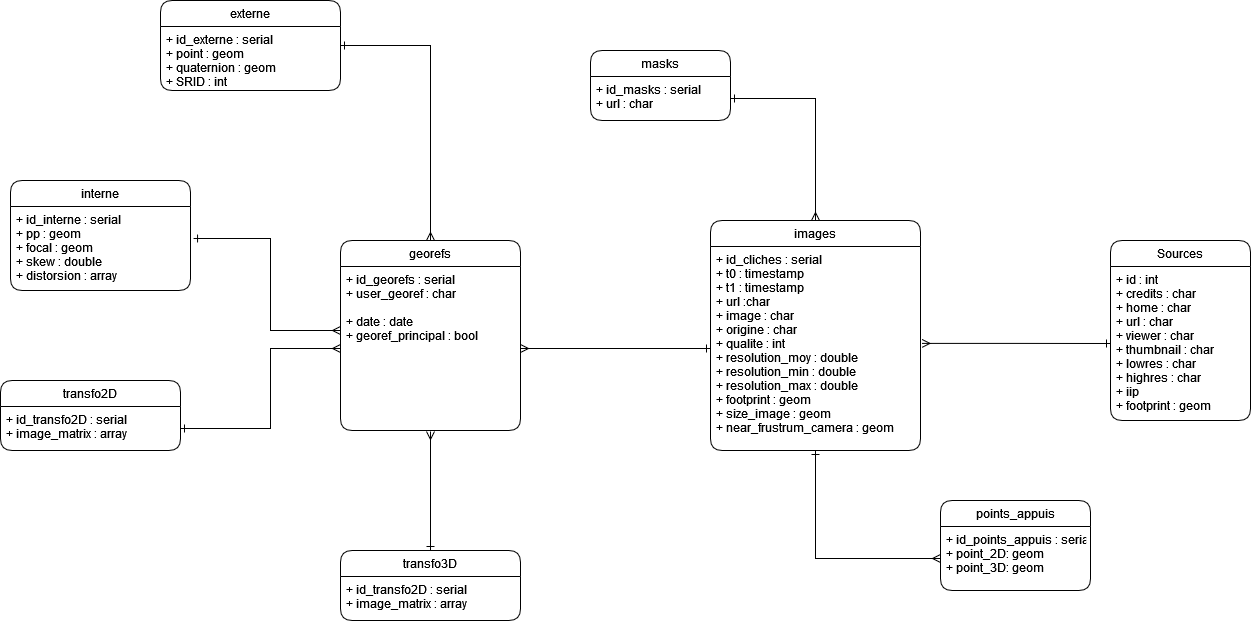
Earlier version of the draw.io export BDD/diagrams/ModeleConceptuelAvance.png (ThomasDBM/AlegoriaDocker). Source tidied: cells renumbered, new cells last; positions are measured from the earlier drawing's top-left corner, leaving out a move shared by most shapes.
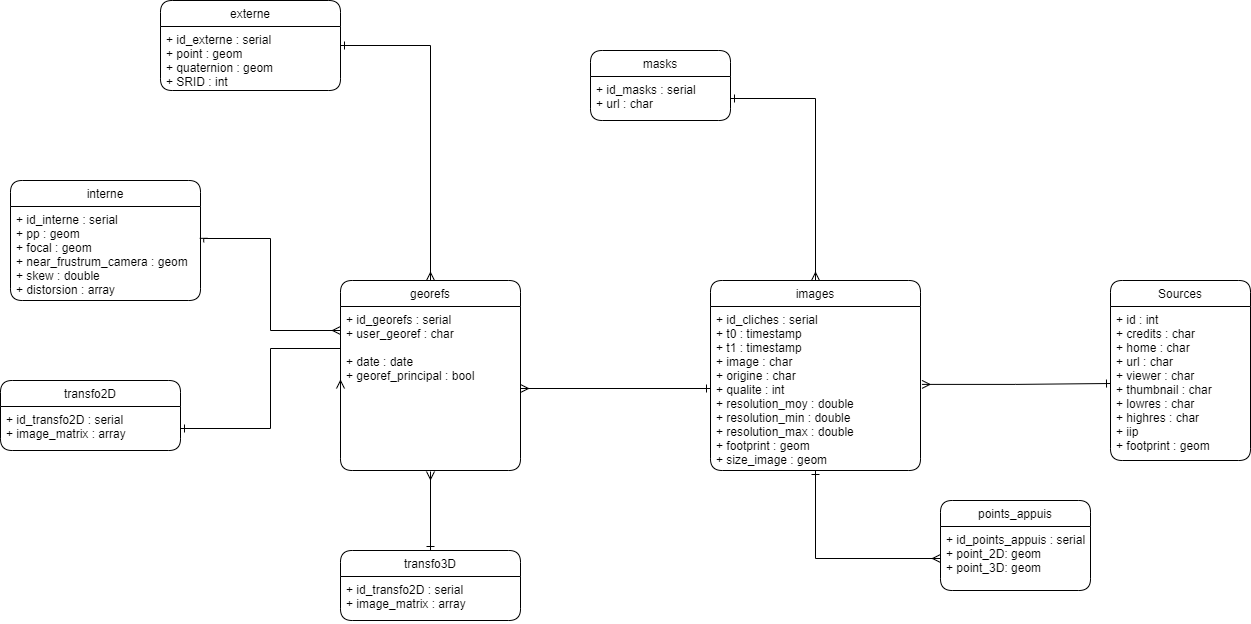
Above is the later version.

The edit, as a diff of the source:
```diff
@@ -9,10 +9,10 @@
       <mxGeometry relative="1" as="geometry" />
     </mxCell>
     <mxCell id="4" value="images" style="swimlane;fontStyle=0;horizontal=1;startSize=26;fillColor=none;rounded=1;" parent="1" vertex="1">
-      <mxGeometry x="710" y="220" width="210" height="230" as="geometry" />
+      <mxGeometry x="710" y="280" width="210" height="190" as="geometry" />
     </mxCell>
-    <mxCell id="5" value="+ id_cliches : serial&#10;+ t0 : timestamp&#10;+ t1 : timestamp&#10;+ url :char &#10;+ image : char&#10;+ origine : char&#10;+ qualite : int&#10;+ resolution_moy : double&#10;+ resolution_min : double&#10;+ resolution_max : double&#10;+ footprint : geom&#10;+ size_image : geom&#10;+ near_frustrum_camera : geom&#10;" style="text;strokeColor=none;fillColor=none;align=left;verticalAlign=top;spacingLeft=4;spacingRight=4;overflow=hidden;points=[[0,0.5],[1,0.5]];portConstraint=eastwest;" parent="4" vertex="1">
-      <mxGeometry y="26" width="210" height="204" as="geometry" />
+    <mxCell id="5" value="+ id_cliches : serial&#10;+ t0 : timestamp&#10;+ t1 : timestamp&#10;+ image : char&#10;+ origine : char&#10;+ qualite : int&#10;+ resolution_moy : double&#10;+ resolution_min : double&#10;+ resolution_max : double&#10;+ footprint : geom&#10;+ size_image : geom&#10;" style="text;strokeColor=none;fillColor=none;align=left;verticalAlign=top;spacingLeft=4;spacingRight=4;overflow=hidden;points=[[0,0.5],[1,0.5]];portConstraint=eastwest;" parent="4" vertex="1">
+      <mxGeometry y="26" width="210" height="164" as="geometry" />
     </mxCell>
     <mxCell id="6" value="masks" style="swimlane;fontStyle=0;horizontal=1;startSize=26;rounded=1;" parent="1" vertex="1">
       <mxGeometry x="590" y="50" width="140" height="70" as="geometry" />
@@ -21,7 +21,7 @@
       <mxGeometry y="26" width="140" height="44" as="geometry" />
     </mxCell>
     <mxCell id="8" value="georefs" style="swimlane;fontStyle=0;horizontal=1;startSize=26;fillColor=none;rounded=1;" parent="1" vertex="1">
-      <mxGeometry x="340" y="240" width="180" height="190" as="geometry" />
+      <mxGeometry x="340" y="280" width="180" height="190" as="geometry" />
     </mxCell>
     <mxCell id="9" value="+ id_georefs : serial&#10;+ user_georef : char &#10;&#10;+ date : date&#10;+ georef_principal : bool&#10;&#10;&#10;" style="text;strokeColor=none;fillColor=none;align=left;verticalAlign=top;spacingLeft=4;spacingRight=4;overflow=hidden;points=[[0,0.5],[1,0.5]];portConstraint=eastwest;" parent="8" vertex="1">
       <mxGeometry y="26" width="180" height="164" as="geometry" />
@@ -36,7 +36,7 @@
       <mxGeometry relative="1" as="geometry" />
     </mxCell>
     <mxCell id="13" value="Sources" style="swimlane;fontStyle=0;horizontal=1;startSize=26;fillColor=none;rounded=1;" parent="1" vertex="1">
-      <mxGeometry x="1110" y="240" width="140" height="180" as="geometry" />
+      <mxGeometry x="1110" y="280" width="140" height="180" as="geometry" />
     </mxCell>
     <mxCell id="14" value="+ id : int&#10;+ credits : char&#10;+ home : char&#10;+ url : char&#10;+ viewer : char&#10;+ thumbnail : char&#10;+ lowres : char&#10;+ highres : char&#10;+ iip&#10;+ footprint : geom&#10;" style="text;strokeColor=none;fillColor=none;align=left;verticalAlign=top;spacingLeft=4;spacingRight=4;overflow=hidden;points=[[0,0.5],[1,0.5]];portConstraint=eastwest;" parent="13" vertex="1">
       <mxGeometry y="26" width="140" height="154" as="geometry" />
@@ -66,10 +66,10 @@
       <mxGeometry y="26" width="180" height="64" as="geometry" />
     </mxCell>
     <mxCell id="23" value="interne" style="swimlane;fontStyle=0;horizontal=1;startSize=26;fillColor=none;rounded=1;" parent="1" vertex="1">
-      <mxGeometry x="10" y="180" width="180" height="110" as="geometry" />
+      <mxGeometry x="10" y="180" width="190" height="120" as="geometry" />
     </mxCell>
-    <mxCell id="24" value="+ id_interne : serial&#10;+ pp : geom&#10;+ focal : geom&#10;+ skew : double&#10;+ distorsion : array" style="text;strokeColor=none;fillColor=none;align=left;verticalAlign=top;spacingLeft=4;spacingRight=4;overflow=hidden;points=[[0,0.5],[1,0.5]];portConstraint=eastwest;" parent="23" vertex="1">
-      <mxGeometry y="26" width="180" height="84" as="geometry" />
+    <mxCell id="24" value="+ id_interne : serial&#10;+ pp : geom&#10;+ focal : geom&#10;+ near_frustrum_camera : geom&#10;+ skew : double&#10;+ distorsion : array" style="text;strokeColor=none;fillColor=none;align=left;verticalAlign=top;spacingLeft=4;spacingRight=4;overflow=hidden;points=[[0,0.5],[1,0.5]];portConstraint=eastwest;" parent="23" vertex="1">
+      <mxGeometry y="26" width="190" height="94" as="geometry" />
     </mxCell>
     <mxCell id="25" style="edgeStyle=orthogonalEdgeStyle;rounded=0;jettySize=auto;html=1;startArrow=ERmany;startFill=0;endArrow=ERone;endFill=0;exitX=0.5;exitY=0;exitDx=0;exitDy=0;entryX=1.017;entryY=0.381;entryDx=0;entryDy=0;entryPerimeter=0;" parent="1" edge="1" target="24">
       <mxGeometry relative="1" as="geometry">
```
